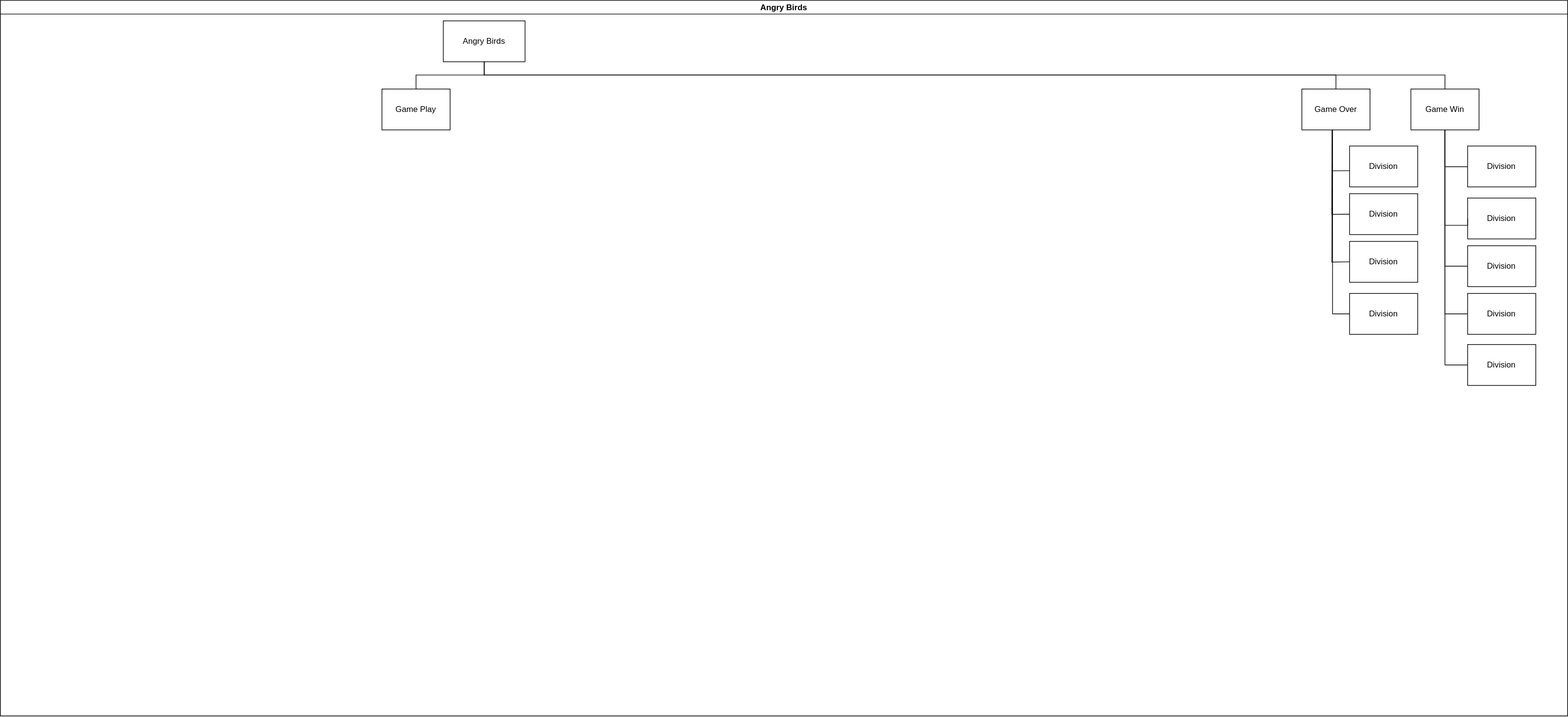
The draw.io diagram Main-Structure.drawio.svg in king525dev/AngryBirds-NEA, before a commit. Source tidied: cells renumbered, new cells last; positions are measured from the earlier drawing's top-left corner, leaving out a move shared by most shapes.
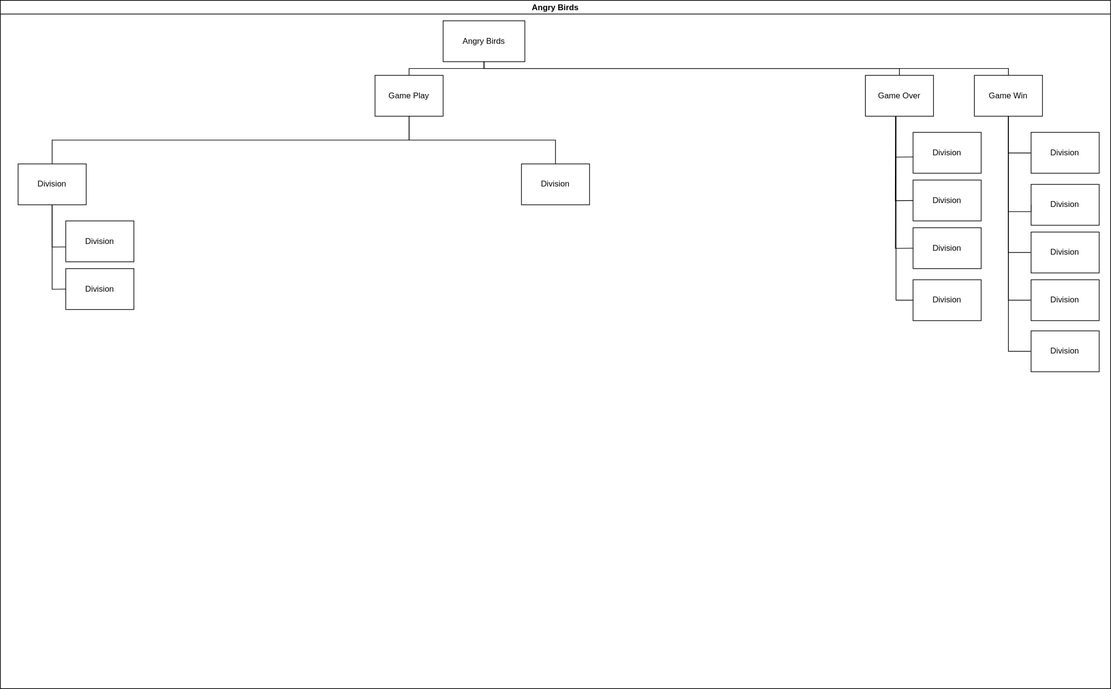
After the change.

Change to the diagram source:
```diff
@@ -3,7 +3,7 @@
     <mxCell id="0" />
     <mxCell id="1" parent="0" />
     <mxCell id="2" value="Angry Birds" style="swimlane;startSize=20;horizontal=1;containerType=tree;newEdgeStyle={&quot;edgeStyle&quot;:&quot;elbowEdgeStyle&quot;,&quot;startArrow&quot;:&quot;none&quot;,&quot;endArrow&quot;:&quot;none&quot;};" parent="1" vertex="1">
-      <mxGeometry width="2300" height="1050" as="geometry" />
+      <mxGeometry width="1630" height="1010" as="geometry" />
     </mxCell>
     <mxCell id="3" style="edgeStyle=elbowEdgeStyle;elbow=vertical;sourcePerimeterSpacing=0;targetPerimeterSpacing=0;startArrow=none;endArrow=none;rounded=0;curved=0;" parent="2" edge="1" source="5" target="6">
       <mxGeometry relative="1" as="geometry" />
@@ -15,107 +15,140 @@
       <mxGeometry x="650" y="30" width="120" height="60" as="geometry" />
     </mxCell>
     <mxCell id="6" value="Game Play" style="whiteSpace=wrap;html=1;align=center;verticalAlign=middle;newEdgeStyle={&quot;edgeStyle&quot;:&quot;elbowEdgeStyle&quot;,&quot;startArrow&quot;:&quot;none&quot;,&quot;endArrow&quot;:&quot;none&quot;};" parent="2" vertex="1">
-      <mxGeometry x="560" y="130" width="100" height="60" as="geometry" />
+      <mxGeometry x="550" y="110" width="100" height="60" as="geometry" />
     </mxCell>
     <mxCell id="7" value="Game Over" style="whiteSpace=wrap;html=1;align=center;verticalAlign=middle;newEdgeStyle={&quot;edgeStyle&quot;:&quot;elbowEdgeStyle&quot;,&quot;startArrow&quot;:&quot;none&quot;,&quot;endArrow&quot;:&quot;none&quot;};" parent="2" vertex="1">
-      <mxGeometry x="1910" y="130" width="100" height="60" as="geometry" />
+      <mxGeometry x="1270" y="110" width="100" height="60" as="geometry" />
     </mxCell>
     <mxCell id="8" value="Game Win" style="whiteSpace=wrap;html=1;align=center;verticalAlign=middle;newEdgeStyle={&quot;edgeStyle&quot;:&quot;elbowEdgeStyle&quot;,&quot;startArrow&quot;:&quot;none&quot;,&quot;endArrow&quot;:&quot;none&quot;};" parent="2" vertex="1">
-      <mxGeometry x="2070" y="130" width="100" height="60" as="geometry" />
+      <mxGeometry x="1430" y="110" width="100" height="60" as="geometry" />
     </mxCell>
     <mxCell id="9" style="edgeStyle=elbowEdgeStyle;elbow=vertical;sourcePerimeterSpacing=0;targetPerimeterSpacing=0;startArrow=none;endArrow=none;rounded=0;curved=0;" parent="2" edge="1" source="5" target="8">
       <mxGeometry relative="1" as="geometry" />
     </mxCell>
     <mxCell id="10" value="Division" style="whiteSpace=wrap;html=1;align=center;verticalAlign=middle;newEdgeStyle={&quot;edgeStyle&quot;:&quot;elbowEdgeStyle&quot;,&quot;startArrow&quot;:&quot;none&quot;,&quot;endArrow&quot;:&quot;none&quot;};" parent="2" vertex="1">
-      <mxGeometry x="2153.2" y="213.6" width="100" height="60" as="geometry" />
+      <mxGeometry x="1513.2" y="193.6" width="100" height="60" as="geometry" />
     </mxCell>
     <mxCell id="11" style="edgeStyle=elbowEdgeStyle;elbow=vertical;sourcePerimeterSpacing=0;targetPerimeterSpacing=0;startArrow=none;endArrow=none;rounded=0;curved=0;exitX=0.5;exitY=1;exitDx=0;exitDy=0;" parent="2" edge="1" source="8" target="10">
       <mxGeometry relative="1" as="geometry">
         <Array as="points">
-          <mxPoint x="2140" y="244" />
+          <mxPoint x="1500" y="224" />
         </Array>
       </mxGeometry>
     </mxCell>
     <mxCell id="12" value="Division" style="whiteSpace=wrap;html=1;align=center;verticalAlign=middle;newEdgeStyle={&quot;edgeStyle&quot;:&quot;elbowEdgeStyle&quot;,&quot;startArrow&quot;:&quot;none&quot;,&quot;endArrow&quot;:&quot;none&quot;};" parent="2" vertex="1">
-      <mxGeometry x="2153.2" y="290" width="100" height="60" as="geometry" />
+      <mxGeometry x="1513.2" y="270" width="100" height="60" as="geometry" />
     </mxCell>
     <mxCell id="13" style="edgeStyle=elbowEdgeStyle;elbow=vertical;sourcePerimeterSpacing=0;targetPerimeterSpacing=0;startArrow=none;endArrow=none;rounded=0;curved=0;entryX=0;entryY=0.5;entryDx=0;entryDy=0;" parent="2" edge="1" target="12">
       <mxGeometry relative="1" as="geometry">
-        <mxPoint x="2120" y="190" as="sourcePoint" />
+        <mxPoint x="1480" y="170" as="sourcePoint" />
         <Array as="points">
-          <mxPoint x="2140" y="330" />
+          <mxPoint x="1500" y="310" />
         </Array>
       </mxGeometry>
     </mxCell>
     <mxCell id="14" value="Division" style="whiteSpace=wrap;html=1;align=center;verticalAlign=middle;newEdgeStyle={&quot;edgeStyle&quot;:&quot;elbowEdgeStyle&quot;,&quot;startArrow&quot;:&quot;none&quot;,&quot;endArrow&quot;:&quot;none&quot;};" parent="2" vertex="1">
-      <mxGeometry x="2153.2" y="360" width="100" height="60" as="geometry" />
+      <mxGeometry x="1513.2" y="340" width="100" height="60" as="geometry" />
     </mxCell>
     <mxCell id="15" style="endArrow=none;html=1;rounded=0;exitX=0;exitY=0.5;exitDx=0;exitDy=0;entryX=0.5;entryY=1;entryDx=0;entryDy=0;" parent="2" edge="1" source="14" target="8">
       <mxGeometry relative="1" as="geometry">
         <Array as="points">
-          <mxPoint x="2120" y="390" />
+          <mxPoint x="1480" y="370" />
         </Array>
       </mxGeometry>
     </mxCell>
     <mxCell id="16" value="Division" style="whiteSpace=wrap;html=1;align=center;verticalAlign=middle;newEdgeStyle={&quot;edgeStyle&quot;:&quot;elbowEdgeStyle&quot;,&quot;startArrow&quot;:&quot;none&quot;,&quot;endArrow&quot;:&quot;none&quot;};" parent="2" vertex="1">
-      <mxGeometry x="2153.2" y="430" width="100" height="60" as="geometry" />
+      <mxGeometry x="1513.2" y="410" width="100" height="60" as="geometry" />
     </mxCell>
     <mxCell id="17" style="endArrow=none;html=1;rounded=0;entryX=0.5;entryY=1;entryDx=0;entryDy=0;exitX=0;exitY=0.5;exitDx=0;exitDy=0;" parent="2" edge="1" source="16" target="8">
       <mxGeometry relative="1" as="geometry">
         <Array as="points">
-          <mxPoint x="2120" y="460" />
+          <mxPoint x="1480" y="440" />
         </Array>
       </mxGeometry>
     </mxCell>
     <mxCell id="18" value="Division" style="whiteSpace=wrap;html=1;align=center;verticalAlign=middle;newEdgeStyle={&quot;edgeStyle&quot;:&quot;elbowEdgeStyle&quot;,&quot;startArrow&quot;:&quot;none&quot;,&quot;endArrow&quot;:&quot;none&quot;};" parent="2" vertex="1">
-      <mxGeometry x="2153.2" y="505" width="100" height="60" as="geometry" />
+      <mxGeometry x="1513.2" y="485" width="100" height="60" as="geometry" />
     </mxCell>
     <mxCell id="19" style="endArrow=none;html=1;rounded=0;entryX=0;entryY=0.5;entryDx=0;entryDy=0;exitX=0.5;exitY=1;exitDx=0;exitDy=0;" parent="2" edge="1" source="8" target="18">
       <mxGeometry relative="1" as="geometry">
         <Array as="points">
-          <mxPoint x="2120" y="535" />
+          <mxPoint x="1480" y="515" />
         </Array>
       </mxGeometry>
     </mxCell>
     <mxCell id="20" value="Division" style="whiteSpace=wrap;html=1;align=center;verticalAlign=middle;newEdgeStyle={&quot;edgeStyle&quot;:&quot;elbowEdgeStyle&quot;,&quot;startArrow&quot;:&quot;none&quot;,&quot;endArrow&quot;:&quot;none&quot;};" parent="2" vertex="1">
-      <mxGeometry x="1980" y="213.6" width="100" height="60" as="geometry" />
+      <mxGeometry x="1340" y="193.6" width="100" height="60" as="geometry" />
     </mxCell>
     <mxCell id="21" value="Division" style="whiteSpace=wrap;html=1;align=center;verticalAlign=middle;newEdgeStyle={&quot;edgeStyle&quot;:&quot;elbowEdgeStyle&quot;,&quot;startArrow&quot;:&quot;none&quot;,&quot;endArrow&quot;:&quot;none&quot;};" parent="2" vertex="1">
-      <mxGeometry x="1980" y="283.6" width="100" height="60" as="geometry" />
+      <mxGeometry x="1340" y="263.6" width="100" height="60" as="geometry" />
     </mxCell>
     <mxCell id="22" value="Division" style="whiteSpace=wrap;html=1;align=center;verticalAlign=middle;newEdgeStyle={&quot;edgeStyle&quot;:&quot;elbowEdgeStyle&quot;,&quot;startArrow&quot;:&quot;none&quot;,&quot;endArrow&quot;:&quot;none&quot;};" parent="2" vertex="1">
-      <mxGeometry x="1980" y="353.6" width="100" height="60" as="geometry" />
+      <mxGeometry x="1340" y="333.6" width="100" height="60" as="geometry" />
     </mxCell>
     <mxCell id="23" value="Division" style="whiteSpace=wrap;html=1;align=center;verticalAlign=middle;newEdgeStyle={&quot;edgeStyle&quot;:&quot;elbowEdgeStyle&quot;,&quot;startArrow&quot;:&quot;none&quot;,&quot;endArrow&quot;:&quot;none&quot;};" parent="2" vertex="1">
-      <mxGeometry x="1980" y="430" width="100" height="60" as="geometry" />
+      <mxGeometry x="1340" y="410" width="100" height="60" as="geometry" />
     </mxCell>
     <mxCell id="24" style="endArrow=none;html=1;rounded=0;entryX=0.448;entryY=1.008;entryDx=0;entryDy=0;entryPerimeter=0;exitX=0.002;exitY=0.603;exitDx=0;exitDy=0;exitPerimeter=0;" parent="2" edge="1" source="20" target="7">
       <mxGeometry relative="1" as="geometry">
         <Array as="points">
-          <mxPoint x="1955" y="250" />
+          <mxPoint x="1315" y="230" />
         </Array>
       </mxGeometry>
     </mxCell>
     <mxCell id="25" style="endArrow=none;html=1;rounded=0;exitX=0;exitY=0.5;exitDx=0;exitDy=0;entryX=0.442;entryY=1.008;entryDx=0;entryDy=0;entryPerimeter=0;" parent="2" edge="1" source="21" target="7">
       <mxGeometry relative="1" as="geometry">
         <Array as="points">
-          <mxPoint x="1954" y="314" />
+          <mxPoint x="1314" y="294" />
         </Array>
       </mxGeometry>
     </mxCell>
     <mxCell id="26" style="endArrow=none;html=1;rounded=0;entryX=0;entryY=0.5;entryDx=0;entryDy=0;exitX=0.447;exitY=1.012;exitDx=0;exitDy=0;exitPerimeter=0;" parent="2" edge="1" source="7" target="22">
       <mxGeometry relative="1" as="geometry">
         <Array as="points">
-          <mxPoint x="1954" y="384" />
+          <mxPoint x="1314" y="364" />
         </Array>
       </mxGeometry>
     </mxCell>
     <mxCell id="27" style="endArrow=none;html=1;rounded=0;entryX=0;entryY=0.5;entryDx=0;entryDy=0;exitX=0.45;exitY=1.006;exitDx=0;exitDy=0;exitPerimeter=0;" parent="2" edge="1" source="7" target="23">
       <mxGeometry relative="1" as="geometry">
         <Array as="points">
-          <mxPoint x="1955" y="460" />
+          <mxPoint x="1315" y="440" />
         </Array>
       </mxGeometry>
     </mxCell>
+    <mxCell id="28" value="Division" style="whiteSpace=wrap;html=1;align=center;verticalAlign=middle;newEdgeStyle={&quot;edgeStyle&quot;:&quot;elbowEdgeStyle&quot;,&quot;startArrow&quot;:&quot;none&quot;,&quot;endArrow&quot;:&quot;none&quot;};" parent="2" vertex="1">
+      <mxGeometry x="765" y="240" width="100" height="60" as="geometry" />
+    </mxCell>
+    <mxCell id="29" style="edgeStyle=elbowEdgeStyle;elbow=vertical;sourcePerimeterSpacing=0;targetPerimeterSpacing=0;startArrow=none;endArrow=none;rounded=0;curved=0;exitX=0.5;exitY=1;exitDx=0;exitDy=0;" parent="2" edge="1" source="6" target="28">
+      <mxGeometry relative="1" as="geometry" />
+    </mxCell>
+    <mxCell id="30" value="Division" style="whiteSpace=wrap;html=1;align=center;verticalAlign=middle;newEdgeStyle={&quot;edgeStyle&quot;:&quot;elbowEdgeStyle&quot;,&quot;startArrow&quot;:&quot;none&quot;,&quot;endArrow&quot;:&quot;none&quot;};" parent="2" vertex="1">
+      <mxGeometry x="26" y="240" width="100" height="60" as="geometry" />
+    </mxCell>
+    <mxCell id="31" style="edgeStyle=elbowEdgeStyle;elbow=vertical;sourcePerimeterSpacing=0;targetPerimeterSpacing=0;startArrow=none;endArrow=none;rounded=0;curved=0;exitX=0.5;exitY=1;exitDx=0;exitDy=0;" parent="2" edge="1" source="6" target="30">
+      <mxGeometry relative="1" as="geometry" />
+    </mxCell>
+    <mxCell id="32" value="Division" style="whiteSpace=wrap;html=1;align=center;verticalAlign=middle;newEdgeStyle={&quot;edgeStyle&quot;:&quot;elbowEdgeStyle&quot;,&quot;startArrow&quot;:&quot;none&quot;,&quot;endArrow&quot;:&quot;none&quot;};" parent="2" vertex="1">
+      <mxGeometry x="96" y="323.6" width="100" height="60" as="geometry" />
+    </mxCell>
+    <mxCell id="33" value="Division" style="whiteSpace=wrap;html=1;align=center;verticalAlign=middle;newEdgeStyle={&quot;edgeStyle&quot;:&quot;elbowEdgeStyle&quot;,&quot;startArrow&quot;:&quot;none&quot;,&quot;endArrow&quot;:&quot;none&quot;};" parent="2" vertex="1">
+      <mxGeometry x="96" y="393.6" width="100" height="60" as="geometry" />
+    </mxCell>
+    <mxCell id="34" style="endArrow=none;html=1;rounded=0;entryX=0.5;entryY=1;entryDx=0;entryDy=0;exitX=-0.003;exitY=0.636;exitDx=0;exitDy=0;exitPerimeter=0;" parent="2" edge="1" source="32" target="30">
+      <mxGeometry relative="1" as="geometry">
+        <Array as="points">
+          <mxPoint x="76" y="362" />
+        </Array>
+      </mxGeometry>
+    </mxCell>
+    <mxCell id="35" style="endArrow=none;html=1;rounded=0;exitX=0;exitY=0.5;exitDx=0;exitDy=0;" parent="2" edge="1" source="33">
+      <mxGeometry relative="1" as="geometry">
+        <mxPoint x="76" y="300" as="targetPoint" />
+        <Array as="points">
+          <mxPoint x="76" y="424" />
+        </Array>
+      </mxGeometry>
+    </mxCell>
   </root>
 </mxGraphModel>
```
